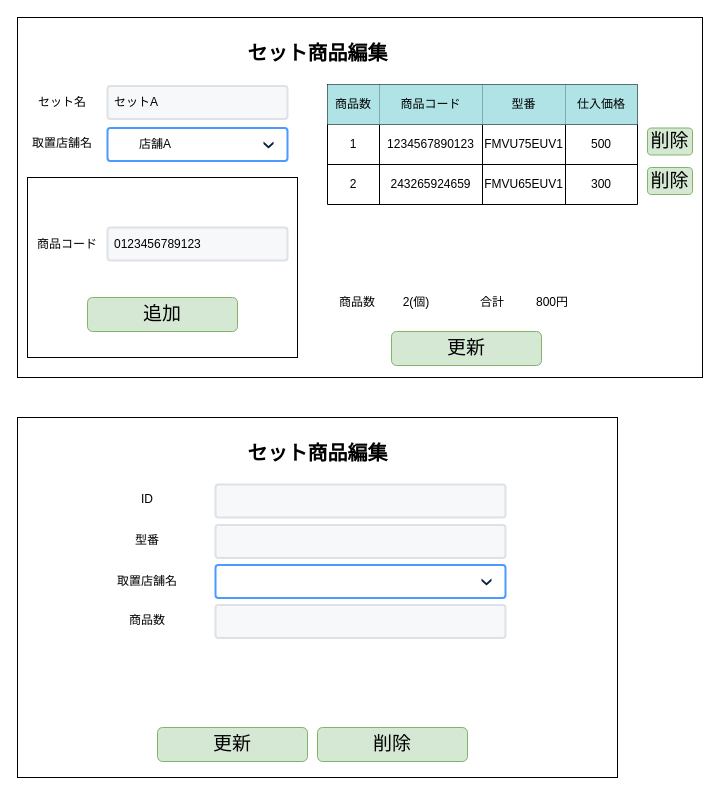
Above: page "S07-04 セット商品編集" (4 of 4) of 各種設計書/6.画面設計書/S07_在庫.drawio in HaruShim/Sotuken (draw.io), before the change. Source tidied: cells renumbered, new cells numbered last; positions are measured from the earlier drawing's top-left corner, leaving out a move shared by most shapes. Both pictures are drawn from the tidied source at 100%, with x=0, y=0 at pixel (17, 17). Pictures stored in the file or linked from it are replaced by grey dashed boxes.
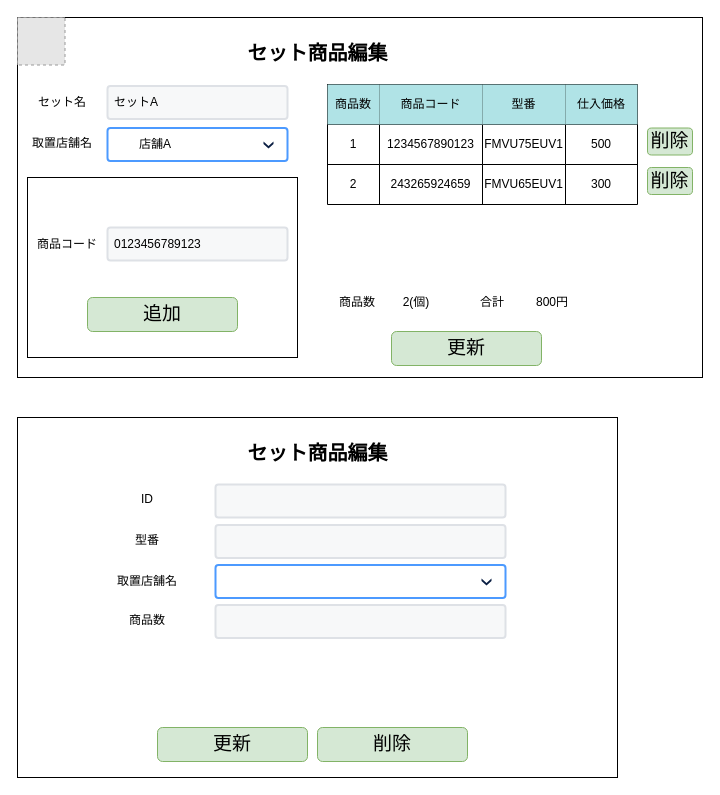
After the change.

The edit, as a diff of the source:
```diff
@@
+    <mxCell id="51" style="fillColor=#E6E6E6;strokeColor=#999999;dashed=1;html=1;verticalAlign=top;verticalLabelPosition=bottom;labelBackgroundColor=#ffffff;" parent="36" vertex="1">
+      <mxGeometry width="47.5" height="47.5" as="geometry" />
+    </mxCell>
```
